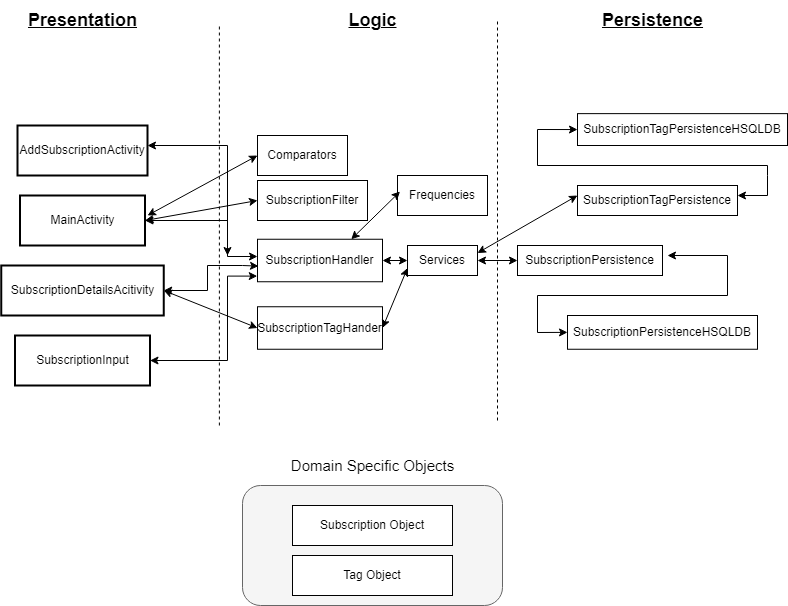
The draw.io diagram docs/Architecture3.png in hassannauman123/Subscription-Tracker-Android-Application, before a commit. Source tidied: cells renumbered, new cells last; positions are measured from the earlier drawing's top-left corner, leaving out a move shared by most shapes. The source it was exported from:
```xml
<mxGraphModel>
  <root>
    <mxCell id="0" />
    <mxCell id="1" parent="0" />
    <mxCell id="2" style="rounded=1;whiteSpace=wrap;html=1;fillColor=#f5f5f5;fontColor=#333333;strokeColor=#666666;" parent="1" vertex="1">
      <mxGeometry x="241" y="485" width="260" height="120" as="geometry" />
    </mxCell>
    <mxCell id="3" value="&lt;font style=&quot;font-size: 15px;&quot;&gt;Domain Specific Objects&lt;/font&gt;" style="text;html=1;align=center;verticalAlign=middle;strokeColor=none;fillColor=none;" parent="1" vertex="1">
      <mxGeometry x="276" y="450" width="190" height="30" as="geometry" />
    </mxCell>
    <mxCell id="4" value="Subscription Object" style="rounded=0;whiteSpace=wrap;html=1;" parent="1" vertex="1">
      <mxGeometry x="291" y="505" width="160" height="40" as="geometry" />
    </mxCell>
    <mxCell id="5" style="endArrow=none;dashed=1;html=1;rounded=0;" parent="1" edge="1">
      <mxGeometry relative="1" as="geometry">
        <mxPoint x="217.9" y="425" as="sourcePoint" />
        <mxPoint x="217.9" y="25" as="targetPoint" />
      </mxGeometry>
    </mxCell>
    <mxCell id="6" style="endArrow=none;dashed=1;html=1;rounded=0;" parent="1" edge="1">
      <mxGeometry relative="1" as="geometry">
        <mxPoint x="496" y="420" as="sourcePoint" />
        <mxPoint x="496" y="20" as="targetPoint" />
      </mxGeometry>
    </mxCell>
    <mxCell id="7" value="&lt;b&gt;&lt;u&gt;&lt;font style=&quot;font-size: 18px;&quot;&gt;Presentation&lt;/font&gt;&lt;/u&gt;&lt;/b&gt;" style="text;html=1;align=center;verticalAlign=middle;strokeColor=none;fillColor=none;" parent="1" vertex="1">
      <mxGeometry x="16" width="130" height="40" as="geometry" />
    </mxCell>
    <mxCell id="8" value="&lt;b&gt;&lt;u&gt;&lt;font style=&quot;font-size: 18px;&quot;&gt;Logic&lt;/font&gt;&lt;/u&gt;&lt;/b&gt;" style="text;html=1;align=center;verticalAlign=middle;strokeColor=none;fillColor=none;" parent="1" vertex="1">
      <mxGeometry x="336" width="70" height="40" as="geometry" />
    </mxCell>
    <mxCell id="9" value="&lt;b&gt;&lt;u&gt;&lt;font style=&quot;font-size: 18px;&quot;&gt;Persistence&lt;/font&gt;&lt;/u&gt;&lt;/b&gt;" style="text;html=1;align=center;verticalAlign=middle;strokeColor=none;fillColor=none;" parent="1" vertex="1">
      <mxGeometry x="591" y="5" width="120" height="30" as="geometry" />
    </mxCell>
    <mxCell id="10" style="edgeStyle=orthogonalEdgeStyle;rounded=0;jettySize=auto;html=1;exitX=1;exitY=0.5;exitDx=0;exitDy=0;startArrow=classic;startFill=1;" parent="1" edge="1" source="11" target="15">
      <mxGeometry relative="1" as="geometry">
        <Array as="points">
          <mxPoint x="226" y="220" />
          <mxPoint x="226" y="256" />
        </Array>
      </mxGeometry>
    </mxCell>
    <mxCell id="11" value="MainActivity" style="rounded=0;whiteSpace=wrap;html=1;strokeWidth=2;" parent="1" vertex="1">
      <mxGeometry x="18.5" y="195" width="125" height="50" as="geometry" />
    </mxCell>
    <mxCell id="12" value="AddSubscriptionActivity" style="rounded=0;whiteSpace=wrap;html=1;strokeWidth=2;" parent="1" vertex="1">
      <mxGeometry x="16" y="125" width="130" height="50" as="geometry" />
    </mxCell>
    <mxCell id="13" style="edgeStyle=orthogonalEdgeStyle;rounded=0;jettySize=auto;html=1;exitX=1;exitY=0.5;exitDx=0;exitDy=0;startArrow=classic;startFill=1;entryX=0.008;entryY=0.632;entryDx=0;entryDy=0;entryPerimeter=0;" parent="1" edge="1" source="14" target="15">
      <mxGeometry relative="1" as="geometry">
        <Array as="points">
          <mxPoint x="206" y="290" />
          <mxPoint x="206" y="265" />
          <mxPoint x="241" y="265" />
        </Array>
      </mxGeometry>
    </mxCell>
    <mxCell id="14" value="SubscriptionDetailsAcitivity" style="rounded=0;whiteSpace=wrap;html=1;strokeWidth=2;" parent="1" vertex="1">
      <mxGeometry x="-0.2" y="265" width="162.5" height="50" as="geometry" />
    </mxCell>
    <mxCell id="15" value="SubscriptionHandler" style="rounded=0;whiteSpace=wrap;html=1;" parent="1" vertex="1">
      <mxGeometry x="256" y="238.8" width="125" height="42.5" as="geometry" />
    </mxCell>
    <mxCell id="16" style="endArrow=classic;startArrow=classic;html=1;rounded=0;exitX=1;exitY=0.5;exitDx=0;exitDy=0;" parent="1" edge="1">
      <mxGeometry relative="1" as="geometry">
        <mxPoint x="146" y="145" as="sourcePoint" />
        <mxPoint x="226" y="255" as="targetPoint" />
        <Array as="points">
          <mxPoint x="226" y="145" />
          <mxPoint x="226" y="240" />
        </Array>
      </mxGeometry>
    </mxCell>
    <mxCell id="17" style="edgeStyle=orthogonalEdgeStyle;rounded=0;jettySize=auto;html=1;entryX=1;entryY=0.5;entryDx=0;entryDy=0;endArrow=classic;endFill=1;startArrow=classic;startFill=1;exitX=0;exitY=0.5;exitDx=0;exitDy=0;" parent="1" edge="1" source="26" target="15">
      <mxGeometry relative="1" as="geometry" />
    </mxCell>
    <mxCell id="18" value="SubscriptionPersistenceHSQLDB" style="rounded=0;whiteSpace=wrap;html=1;" parent="1" vertex="1">
      <mxGeometry x="566" y="315" width="190" height="33.8" as="geometry" />
    </mxCell>
    <mxCell id="19" style="edgeStyle=orthogonalEdgeStyle;rounded=0;jettySize=auto;html=1;exitX=1;exitY=0.5;exitDx=0;exitDy=0;startArrow=classic;startFill=1;entryX=-0.002;entryY=0.867;entryDx=0;entryDy=0;entryPerimeter=0;" parent="1" edge="1" source="20" target="15">
      <mxGeometry relative="1" as="geometry">
        <Array as="points">
          <mxPoint x="226" y="360" />
          <mxPoint x="226" y="276" />
        </Array>
      </mxGeometry>
    </mxCell>
    <mxCell id="20" value="SubscriptionInput" style="rounded=0;whiteSpace=wrap;html=1;strokeWidth=2;" parent="1" vertex="1">
      <mxGeometry x="13.5" y="335" width="135" height="50" as="geometry" />
    </mxCell>
    <mxCell id="21" value="Comparators" style="rounded=0;whiteSpace=wrap;html=1;" parent="1" vertex="1">
      <mxGeometry x="256" y="135" width="90" height="40" as="geometry" />
    </mxCell>
    <mxCell id="22" value="SubscriptionPersistence" style="rounded=0;whiteSpace=wrap;html=1;" parent="1" vertex="1">
      <mxGeometry x="516" y="245" width="145" height="30" as="geometry" />
    </mxCell>
    <mxCell id="23" style="endArrow=classic;startArrow=classic;html=1;rounded=0;exitX=0;exitY=0.5;exitDx=0;exitDy=0;" parent="1" edge="1" source="18">
      <mxGeometry relative="1" as="geometry">
        <mxPoint x="666" y="255" as="targetPoint" />
        <Array as="points">
          <mxPoint x="536" y="332" />
          <mxPoint x="536" y="295" />
          <mxPoint x="726" y="295" />
          <mxPoint x="726" y="255" />
        </Array>
      </mxGeometry>
    </mxCell>
    <mxCell id="24" style="endArrow=classic;startArrow=classic;html=1;rounded=0;entryX=0;entryY=0.5;entryDx=0;entryDy=0;" parent="1" edge="1" target="21">
      <mxGeometry relative="1" as="geometry">
        <mxPoint x="146" y="215" as="sourcePoint" />
      </mxGeometry>
    </mxCell>
    <mxCell id="25" style="edgeStyle=orthogonalEdgeStyle;rounded=0;jettySize=auto;html=1;entryX=1;entryY=0.5;entryDx=0;entryDy=0;endArrow=classic;endFill=1;startArrow=classic;startFill=1;exitX=0;exitY=0.5;exitDx=0;exitDy=0;" parent="1" edge="1" source="22" target="26">
      <mxGeometry relative="1" as="geometry" />
    </mxCell>
    <mxCell id="26" value="Services" style="rounded=0;whiteSpace=wrap;html=1;" parent="1" vertex="1">
      <mxGeometry x="406" y="245" width="70" height="30" as="geometry" />
    </mxCell>
    <mxCell id="27" value="Frequencies" style="rounded=0;whiteSpace=wrap;html=1;" parent="1" vertex="1">
      <mxGeometry x="396" y="175" width="90" height="40" as="geometry" />
    </mxCell>
    <mxCell id="28" style="endArrow=classic;startArrow=classic;html=1;rounded=0;exitX=0.75;exitY=0;exitDx=0;exitDy=0;entryX=0.028;entryY=0.402;entryDx=0;entryDy=0;entryPerimeter=0;" parent="1" edge="1" source="15" target="27">
      <mxGeometry relative="1" as="geometry" />
    </mxCell>
    <mxCell id="29" value="SubscriptionFilter" style="rounded=0;whiteSpace=wrap;html=1;" parent="1" vertex="1">
      <mxGeometry x="256" y="180" width="110" height="40" as="geometry" />
    </mxCell>
    <mxCell id="30" style="endArrow=classic;startArrow=classic;html=1;rounded=0;exitX=0;exitY=0.5;exitDx=0;exitDy=0;entryX=1;entryY=0.5;entryDx=0;entryDy=0;" parent="1" edge="1" source="29" target="11">
      <mxGeometry relative="1" as="geometry" />
    </mxCell>
    <mxCell id="31" value="SubscriptionTagHander" style="rounded=0;whiteSpace=wrap;html=1;" parent="1" vertex="1">
      <mxGeometry x="256" y="306.2" width="125" height="42.5" as="geometry" />
    </mxCell>
    <mxCell id="32" style="endArrow=classic;startArrow=classic;html=1;rounded=0;exitX=1;exitY=0.25;exitDx=0;exitDy=0;" parent="1" edge="1" source="26">
      <mxGeometry relative="1" as="geometry">
        <mxPoint x="576" y="195" as="targetPoint" />
      </mxGeometry>
    </mxCell>
    <mxCell id="33" value="SubscriptionTagPersistence" style="rounded=0;whiteSpace=wrap;html=1;" parent="1" vertex="1">
      <mxGeometry x="576" y="185" width="160" height="30" as="geometry" />
    </mxCell>
    <mxCell id="34" style="endArrow=classic;startArrow=classic;html=1;rounded=0;exitX=1;exitY=0.25;exitDx=0;exitDy=0;entryX=0;entryY=0.5;entryDx=0;entryDy=0;" parent="1" edge="1" target="35">
      <mxGeometry relative="1" as="geometry">
        <mxPoint x="736" y="195" as="sourcePoint" />
        <Array as="points">
          <mxPoint x="766" y="195" />
          <mxPoint x="766" y="175" />
          <mxPoint x="766" y="165" />
          <mxPoint x="536" y="165" />
          <mxPoint x="536" y="129" />
        </Array>
      </mxGeometry>
    </mxCell>
    <mxCell id="35" value="SubscriptionTagPersistenceHSQLDB" style="rounded=0;whiteSpace=wrap;html=1;" parent="1" vertex="1">
      <mxGeometry x="576" y="113.1" width="210" height="31.9" as="geometry" />
    </mxCell>
    <mxCell id="36" value="Tag Object" style="rounded=0;whiteSpace=wrap;html=1;" parent="1" vertex="1">
      <mxGeometry x="291" y="555" width="160" height="40" as="geometry" />
    </mxCell>
    <mxCell id="37" style="endArrow=classic;startArrow=classic;html=1;rounded=0;entryX=0;entryY=0.75;entryDx=0;entryDy=0;exitX=1;exitY=0.5;exitDx=0;exitDy=0;" parent="1" edge="1" source="31" target="26">
      <mxGeometry relative="1" as="geometry" />
    </mxCell>
    <mxCell id="38" style="endArrow=classic;startArrow=classic;html=1;rounded=0;exitX=0;exitY=0.5;exitDx=0;exitDy=0;entryX=1;entryY=0.5;entryDx=0;entryDy=0;" parent="1" edge="1" source="31" target="14">
      <mxGeometry relative="1" as="geometry" />
    </mxCell>
  </root>
</mxGraphModel>
```
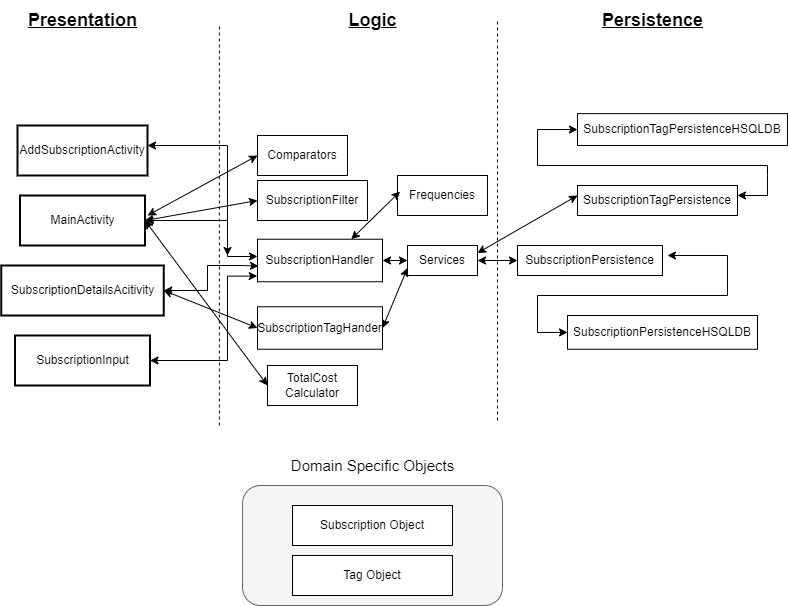
After the change.

What changed in the source:
```diff
@@ -163,5 +163,11 @@
     <mxCell id="38" style="endArrow=classic;startArrow=classic;html=1;rounded=0;exitX=0;exitY=0.5;exitDx=0;exitDy=0;entryX=1;entryY=0.5;entryDx=0;entryDy=0;" parent="1" edge="1" source="31" target="14">
       <mxGeometry relative="1" as="geometry" />
     </mxCell>
+    <mxCell id="39" value="TotalCost&lt;br&gt;Calculator" style="rounded=0;whiteSpace=wrap;html=1;" parent="1" vertex="1">
+      <mxGeometry x="266" y="365" width="90" height="40" as="geometry" />
+    </mxCell>
+    <mxCell id="40" style="endArrow=classic;startArrow=classic;html=1;rounded=0;exitX=0;exitY=0.5;exitDx=0;exitDy=0;entryX=1;entryY=0.5;entryDx=0;entryDy=0;" parent="1" edge="1" source="39" target="11">
+      <mxGeometry relative="1" as="geometry" />
+    </mxCell>
   </root>
 </mxGraphModel>
```
